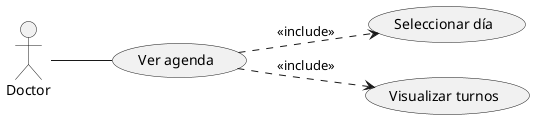
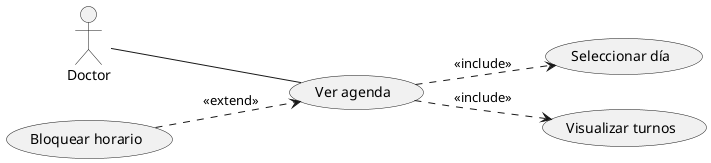
@startuml
left to right direction
actor Doctor

usecase "Ver agenda" as UC1
usecase "Seleccionar día" as UC2
usecase "Visualizar turnos" as UC3

Doctor -- UC1

UC1 ..> UC2 : <<include>>
UC1 ..> UC3 : <<include>>
+ usecase "Bloquear horario" as UC4
+ UC4 ..> UC1 : <<extend>>
@enduml